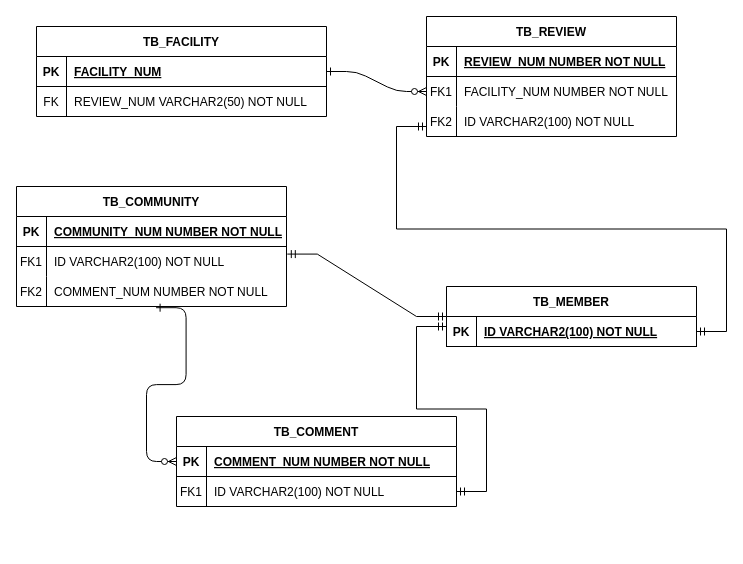
The draw.io diagram document/제목 없는 다이어그램.drawio in rimgosu/ProjectStudy, before the edit. Source tidied: cells renumbered, new cells numbered last; positions are measured from the earlier drawing's top-left corner, leaving out a move shared by most shapes. Both pictures are drawn from the tidied source at 100%, with x=0, y=0 at pixel (16, 16).
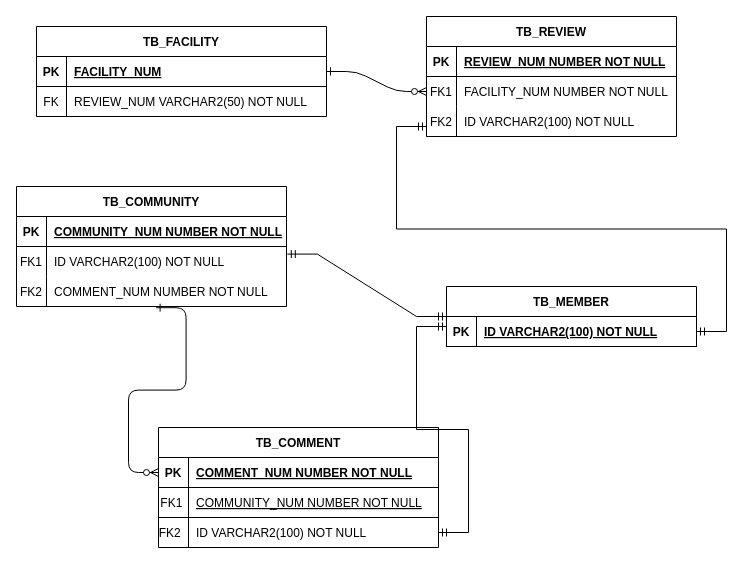
The same diagram, later.

Commit message:
제목 없는 다이어그램.drawio 업데이트

What changed in the source:
```diff
@@
     <mxCell id="34" value="TB_COMMENT" style="shape=table;startSize=30;childLayout=tableLayout;rowLines=0;fontStyle=1;align=center;" parent="1" vertex="1">
-      <mxGeometry x="160" y="400" width="280" height="90" as="geometry" />
+      <mxGeometry x="142" y="411" width="280" height="120" as="geometry" />
     </mxCell>
@@
+    <mxCell id="45" style="shape=partialRectangle;fillColor=none;top=0;left=0;right=0;bottom=1;" parent="34" vertex="1">
+      <mxGeometry y="60" width="280" height="30" as="geometry" />
+    </mxCell>
+    <mxCell id="46" value="FK1 " style="shape=partialRectangle;overflow=hidden;fillColor=none;top=0;left=0;bottom=0;right=0;fontStyle=0;" parent="45" vertex="1">
+      <mxGeometry width="30" height="30" as="geometry" />
+    </mxCell>
+    <mxCell id="47" value="COMMUNITY_NUM NUMBER NOT NULL" style="shape=partialRectangle;overflow=hidden;fillColor=none;top=0;left=0;bottom=0;right=0;align=left;spacingLeft=6;fontStyle=4;" parent="45" vertex="1">
+      <mxGeometry x="30" width="250" height="30" as="geometry" />
+    </mxCell>
     <mxCell id="38" style="shape=partialRectangle;fillColor=none;points=[[0,0.5],[1,0.5]];portConstraint=eastwest;top=0;left=0;right=0;bottom=0;" parent="34" vertex="1">
-      <mxGeometry y="60" width="280" height="30" as="geometry" />
+      <mxGeometry y="90" width="280" height="30" as="geometry" />
     </mxCell>
-    <mxCell id="39" value="FK1" style="shape=partialRectangle;overflow=hidden;fillColor=none;top=0;left=0;bottom=0;right=0;" parent="38" vertex="1">
+    <mxCell id="39" value="FK2  " style="shape=partialRectangle;overflow=hidden;fillColor=none;top=0;left=0;bottom=0;right=0;" parent="38" vertex="1">
       <mxGeometry width="30" height="30" as="geometry" />
     </mxCell>
```
